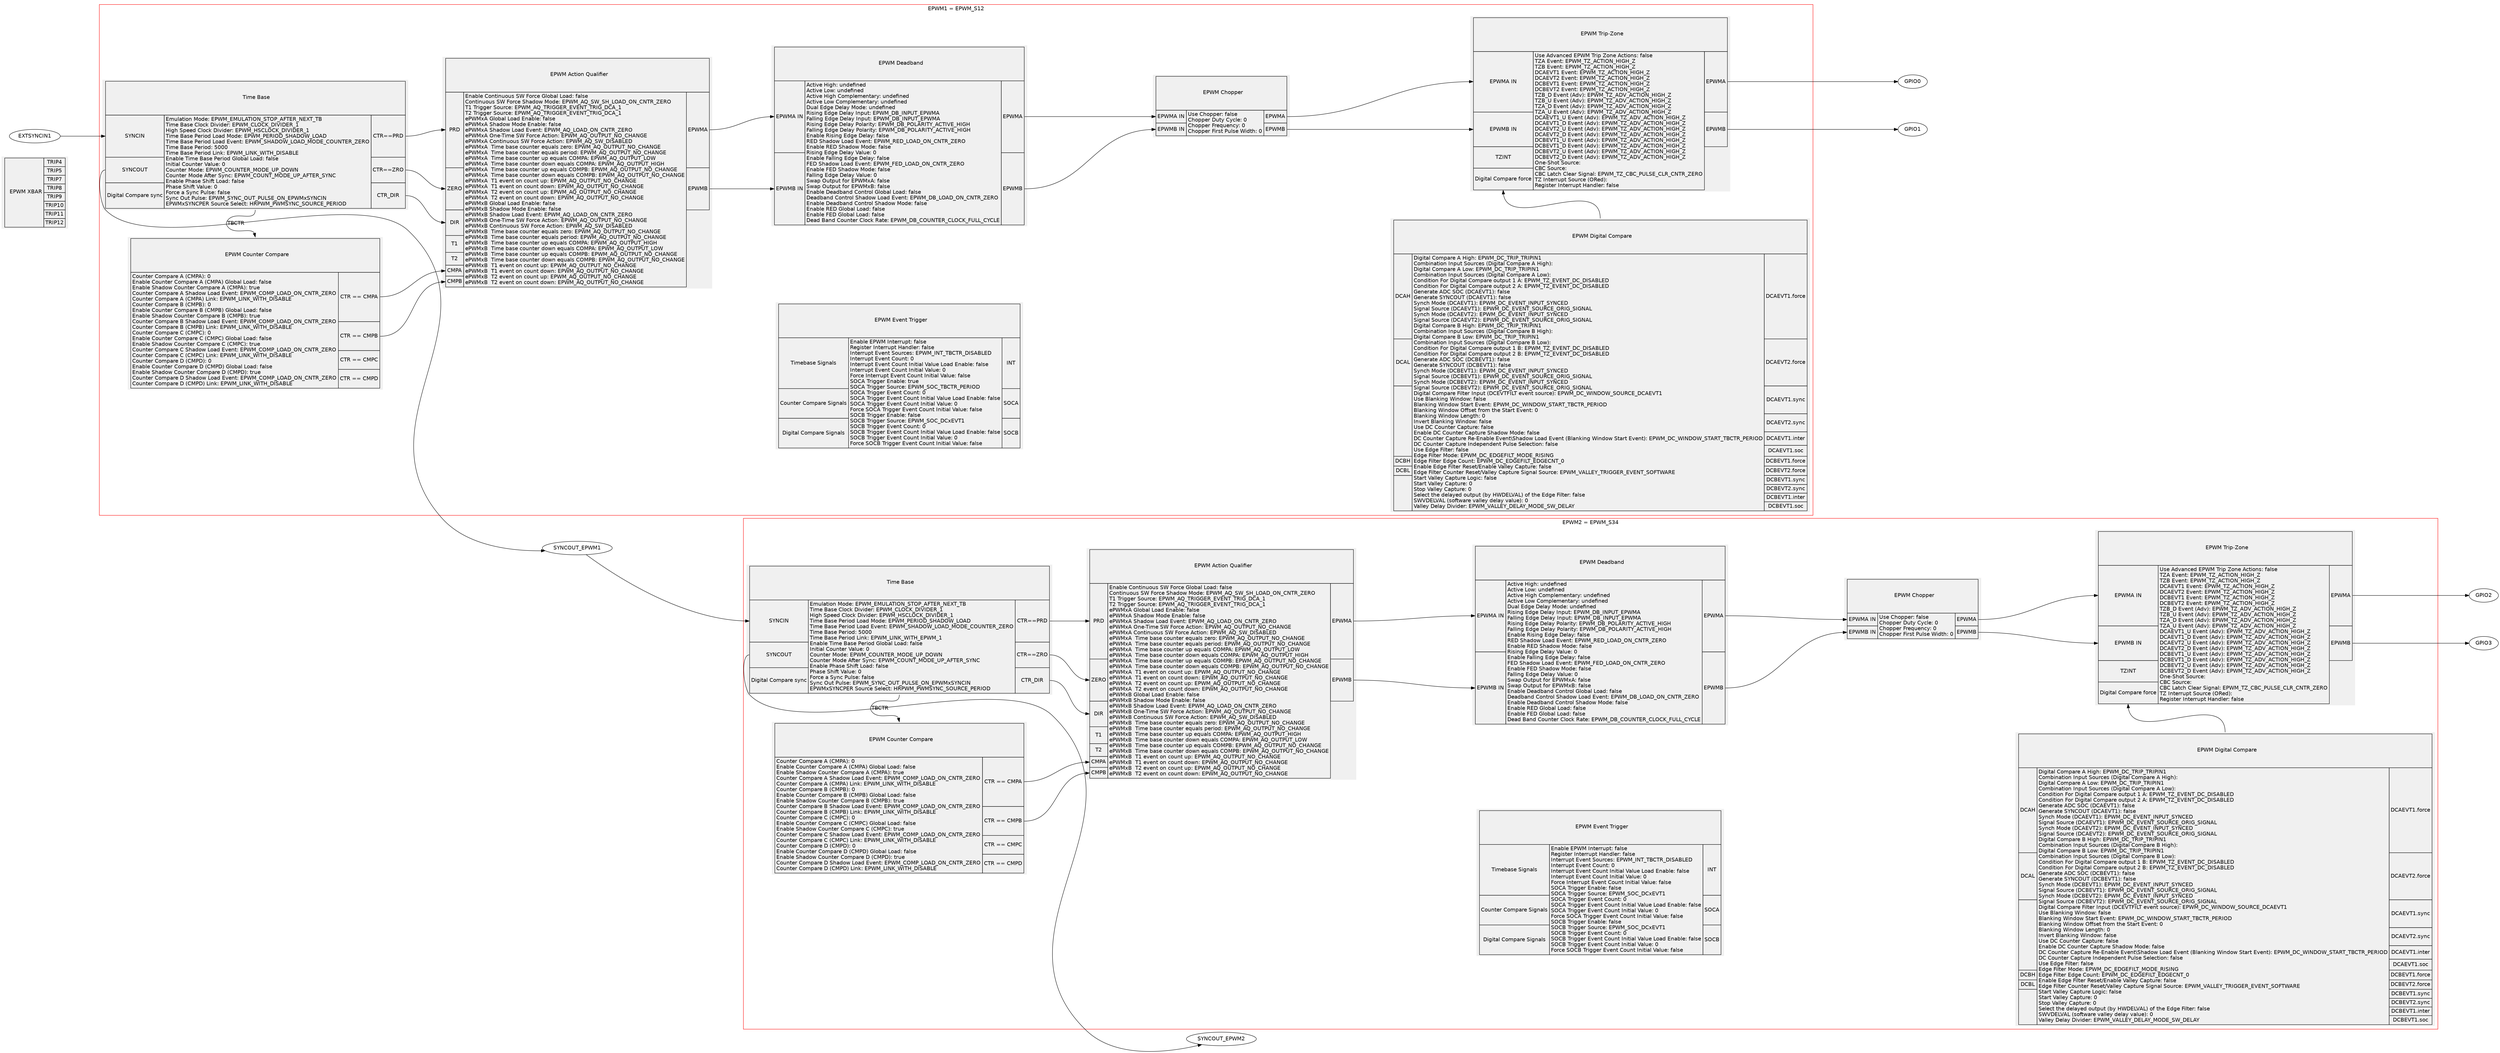
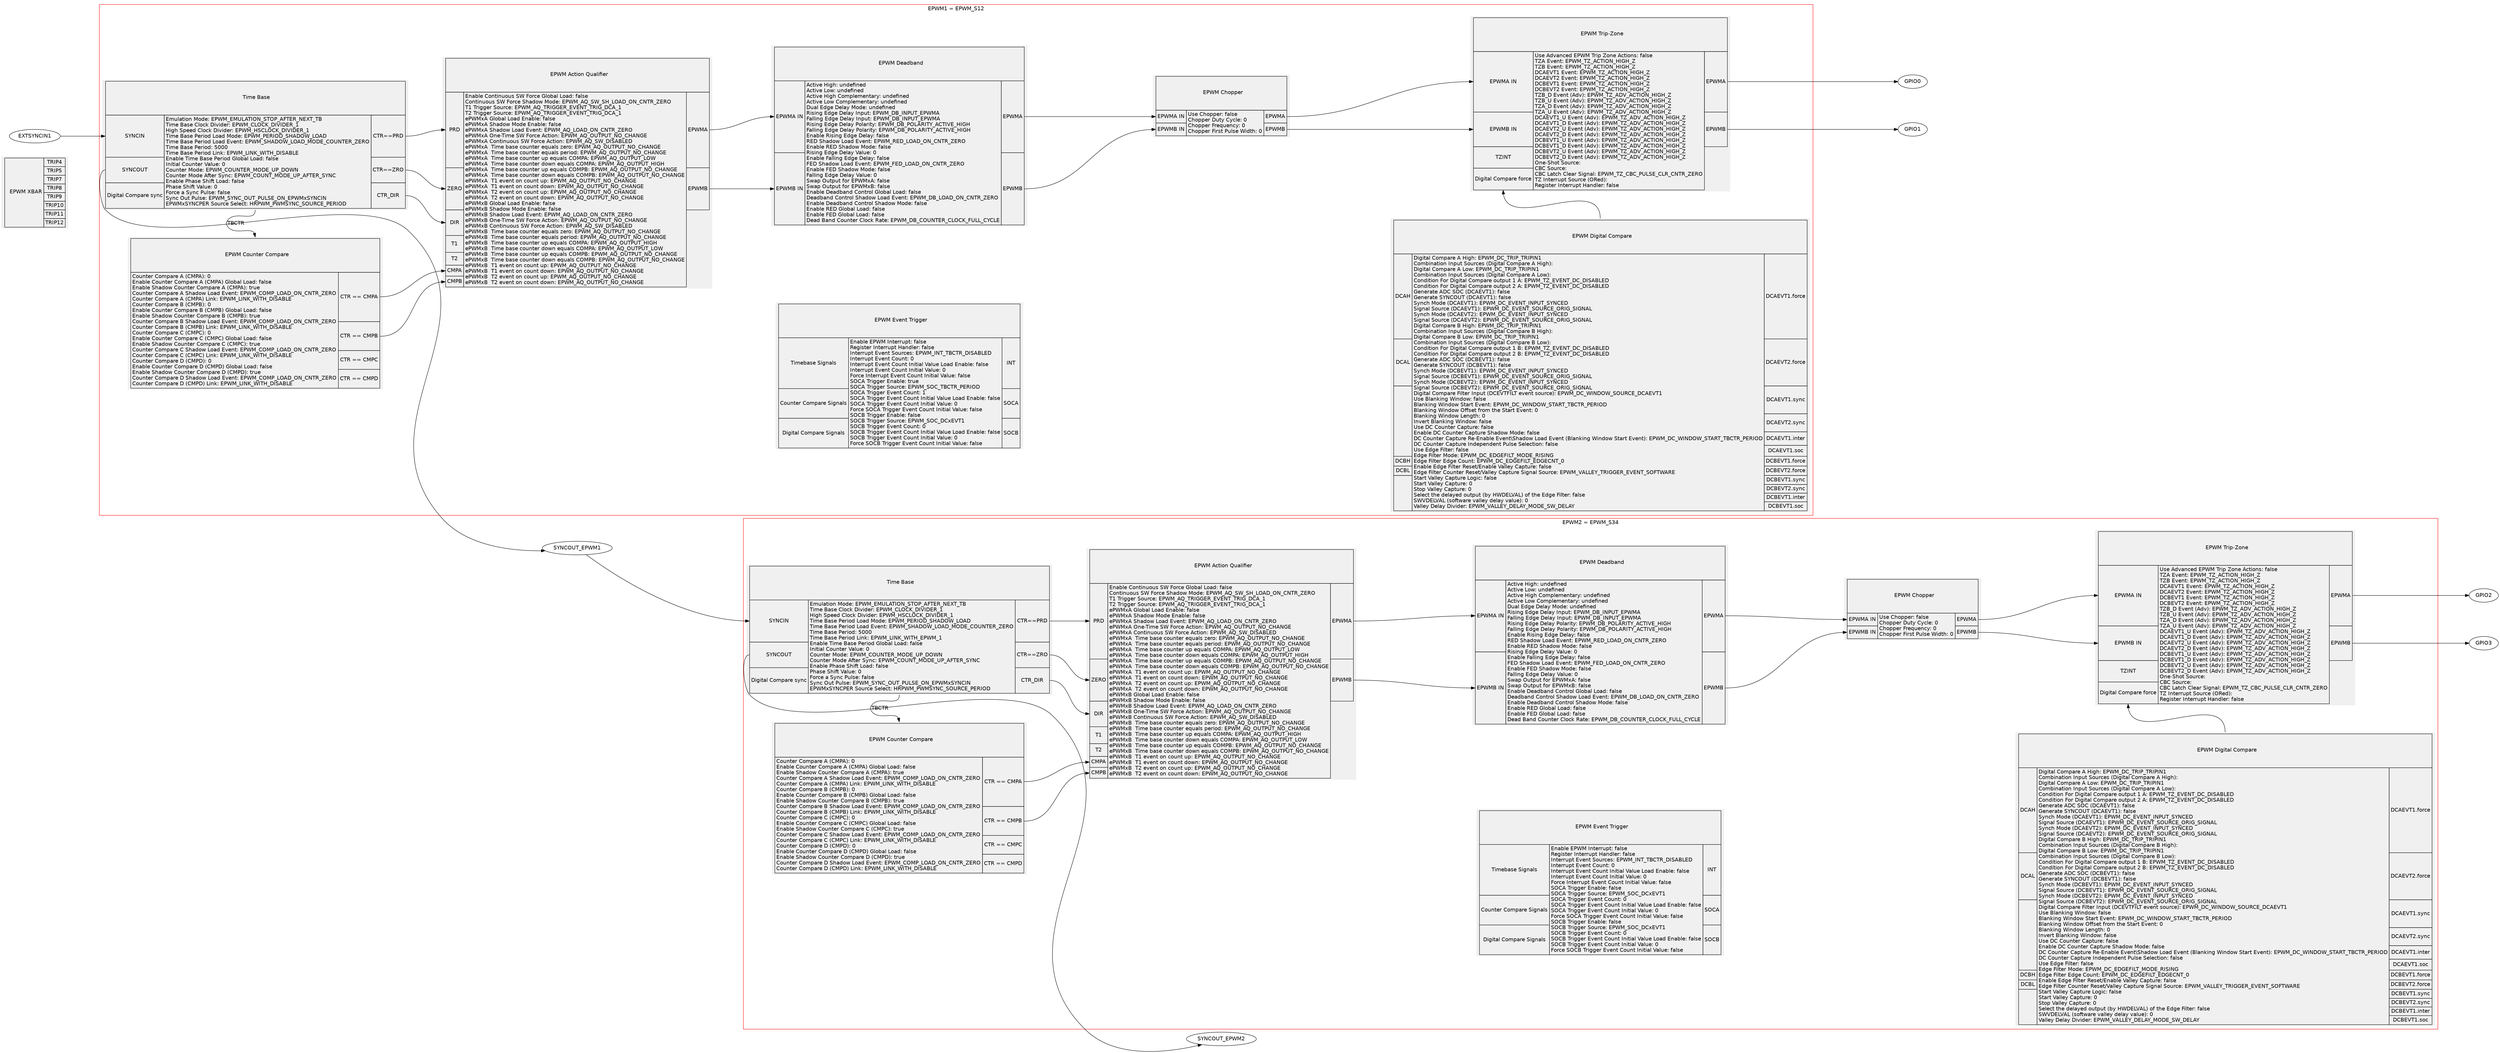
digraph {
    graph [fontname = "helvetica"];
    node  [fontname = "helvetica"];
    edge  [fontname = "helvetica"];
    graph [mclimit=50 nodesep=0.5 rankdir=LR ranksep=1.25]

    EPWMXBAR [label= <<TABLE BORDER='0' CELLBORDER='1' CELLPADDING='3' CELLSPACING='0'>
                       <TR><TD PORT='epwmxbar_title' ROWSPAN='9'><br/><br/>  EPWM XBAR<br/><br/><br/></TD></TR>
                       <TR><TD PORT='trip4'>TRIP4</TD></TR>
                       <TR><TD PORT='trip5'>TRIP5</TD></TR>
                       <TR><TD PORT='trip7'>TRIP7</TD></TR>
                       <TR><TD PORT='trip8'>TRIP8</TD></TR>
                       <TR><TD PORT='trip9'>TRIP9</TD></TR>
                       <TR><TD PORT='trip10'>TRIP10</TD></TR>
                       <TR><TD PORT='trip11'>TRIP11</TD></TR>
                       <TR><TD PORT='trip12'>TRIP12</TD></TR>
                       </TABLE>>
               color=black shape=plaintext fillcolor="#F0F0F0" style=filled]


    subgraph cluster_epwm1 {
        label = "EPWM1 = EPWM_S12";
        color=red;


        epwm1_TB [label= <<TABLE BORDER='0' CELLBORDER='1' CELLPADDING='3' CELLSPACING='0'>
                        <TR><TD PORT='' COLSPAN='3'><br/><br/>  Time Base <br/><br/><br/></TD></TR>
                        <TR><TD PORT='epwm1_syncin'>SYNCIN</TD><TD ROWSPAN='3'>Emulation Mode: EPWM_EMULATION_STOP_AFTER_NEXT_TB<br align="left" />Time Base Clock Divider: EPWM_CLOCK_DIVIDER_1<br align="left" />High Speed Clock Divider: EPWM_HSCLOCK_DIVIDER_1<br align="left" />Time Base Period Load Mode: EPWM_PERIOD_SHADOW_LOAD<br align="left" />Time Base Period Load Event: EPWM_SHADOW_LOAD_MODE_COUNTER_ZERO<br align="left" />Time Base Period: 5000<br align="left" />Time Base Period Link: EPWM_LINK_WITH_DISABLE<br align="left" />Enable Time Base Period Global Load: false<br align="left" />Initial Counter Value: 0<br align="left" />Counter Mode: EPWM_COUNTER_MODE_UP_DOWN<br align="left" />Counter Mode After Sync: EPWM_COUNT_MODE_UP_AFTER_SYNC<br align="left" />Enable Phase Shift Load: false<br align="left" />Phase Shift Value: 0<br align="left" />Force a Sync Pulse: false<br align="left" />Sync Out Pulse: EPWM_SYNC_OUT_PULSE_ON_EPWMxSYNCIN<br align="left" />EPWMxSYNCPER Source Select: HRPWM_PWMSYNC_SOURCE_PERIOD<br align="left" /></TD><TD PORT='epwm1_tb_prd'>CTR==PRD</TD></TR>
                        <TR><TD PORT='epwm1_syncout'>SYNCOUT</TD><TD COL='3' PORT='epwm1_tb_zero'>CTR==ZRO</TD></TR>
                        <TR><TD PORT=''>Digital Compare sync</TD><TD COL='3' PORT='epwm1_tb_dir'>CTR_DIR</TD></TR>
                       </TABLE>>
               color=black shape=plaintext fillcolor="#F0F0F0" style=filled]


        epwm1_DC [label= <<TABLE BORDER='0' CELLBORDER='1' CELLPADDING='3' CELLSPACING='0'>
                       <TR><TD PORT='epwm1_dc_title' COLSPAN='3'><br/><br/>  EPWM Digital Compare<br/><br/><br/></TD></TR>
                       <TR><TD PORT='epwm1_dcah'>DCAH</TD><TD ROWSPAN='12'>Digital Compare A High: EPWM_DC_TRIP_TRIPIN1<br align="left" />Combination Input Sources (Digital Compare A High): <br align="left" />Digital Compare A Low: EPWM_DC_TRIP_TRIPIN1<br align="left" />Combination Input Sources (Digital Compare A Low): <br align="left" />Condition For Digital Compare output 1 A: EPWM_TZ_EVENT_DC_DISABLED<br align="left" />Condition For Digital Compare output 2 A: EPWM_TZ_EVENT_DC_DISABLED<br align="left" />Generate ADC SOC (DCAEVT1): false<br align="left" />Generate SYNCOUT (DCAEVT1): false<br align="left" />Synch Mode (DCAEVT1): EPWM_DC_EVENT_INPUT_SYNCED<br align="left" />Signal Source (DCAEVT1): EPWM_DC_EVENT_SOURCE_ORIG_SIGNAL<br align="left" />Synch Mode (DCAEVT2): EPWM_DC_EVENT_INPUT_SYNCED<br align="left" />Signal Source (DCAEVT2): EPWM_DC_EVENT_SOURCE_ORIG_SIGNAL<br align="left" />Digital Compare B High: EPWM_DC_TRIP_TRIPIN1<br align="left" />Combination Input Sources (Digital Compare B High): <br align="left" />Digital Compare B Low: EPWM_DC_TRIP_TRIPIN1<br align="left" />Combination Input Sources (Digital Compare B Low): <br align="left" />Condition For Digital Compare output 1 B: EPWM_TZ_EVENT_DC_DISABLED<br align="left" />Condition For Digital Compare output 2 B: EPWM_TZ_EVENT_DC_DISABLED<br align="left" />Generate ADC SOC (DCBEVT1): false<br align="left" />Generate SYNCOUT (DCBEVT1): false<br align="left" />Synch Mode (DCBEVT1): EPWM_DC_EVENT_INPUT_SYNCED<br align="left" />Signal Source (DCBEVT1): EPWM_DC_EVENT_SOURCE_ORIG_SIGNAL<br align="left" />Synch Mode (DCBEVT2): EPWM_DC_EVENT_INPUT_SYNCED<br align="left" />Signal Source (DCBEVT2): EPWM_DC_EVENT_SOURCE_ORIG_SIGNAL<br align="left" />Digital Compare Filter Input (DCEVTFILT event source): EPWM_DC_WINDOW_SOURCE_DCAEVT1<br align="left" />Use Blanking Window: false<br align="left" />Blanking Window Start Event: EPWM_DC_WINDOW_START_TBCTR_PERIOD<br align="left" />Blanking Window Offset from the Start Event: 0<br align="left" />Blanking Window Length: 0<br align="left" />Invert Blanking Window: false<br align="left" />Use DC Counter Capture: false<br align="left" />Enable DC Counter Capture Shadow Mode: false<br align="left" />DC Counter Capture Re-Enable Event\Shadow Load Event (Blanking Window Start Event): EPWM_DC_WINDOW_START_TBCTR_PERIOD<br align="left" />DC Counter Capture Independent Pulse Selection: false<br align="left" />Use Edge Filter: false<br align="left" />Edge Filter Mode: EPWM_DC_EDGEFILT_MODE_RISING<br align="left" />Edge Filter Edge Count: EPWM_DC_EDGEFILT_EDGECNT_0<br align="left" />Enable Edge Filter Reset/Enable Valley Capture: false<br align="left" />Edge Filter Counter Reset/Valley Capture Signal Source: EPWM_VALLEY_TRIGGER_EVENT_SOFTWARE<br align="left" />Start Valley Capture Logic: false<br align="left" />Start Valley Capture: 0<br align="left" />Stop Valley Capture: 0<br align="left" />Select the delayed output (by HWDELVAL) of the Edge Filter: false<br align="left" />SWVDELVAL (software valley delay value): 0<br align="left" />Valley Delay Divider: EPWM_VALLEY_DELAY_MODE_SW_DELAY<br align="left" /></TD><TD COL='3' PORT='epwm1_dcaevt1frc'>DCAEVT1.force</TD></TR>
                       <TR><TD PORT='epwm1_dcal'>DCAL</TD>                                 <TD COL='3' PORT=''>DCAEVT2.force</TD></TR>
                       <TR><TD ROWSPAN='4'></TD>                                                        <TD COL='3' PORT=''>DCAEVT1.sync</TD></TR>
                       <TR>                                                                             <TD COL='3' PORT=''>DCAEVT2.sync</TD></TR>
                       <TR>                                                                             <TD COL='3' PORT=''>DCAEVT1.inter</TD></TR>
                       <TR>                                                                             <TD COL='3' PORT=''>DCAEVT1.soc</TD></TR>
                       <TR><TD PORT='epwm1_dcbh'>DCBH</TD>                                 <TD PORT='epwm1_dcbevt1frc'>DCBEVT1.force</TD></TR>
                       <TR><TD PORT='epwm1_dcbl'>DCBL</TD>                                 <TD PORT=''>DCBEVT2.force</TD></TR>
                       <TR><TD ROWSPAN='4'></TD>                                                        <TD COL='3' PORT=''>DCBEVT1.sync</TD></TR>
                       <TR>                                                                             <TD COL='3' PORT=''>DCBEVT2.sync</TD></TR>
                       <TR>                                                                             <TD COL='3' PORT=''>DCBEVT1.inter</TD></TR>
                       <TR>                                                                             <TD COL='3' PORT=''>DCBEVT1.soc</TD></TR>
                       </TABLE>>
               color=black shape=plaintext fillcolor="#F0F0F0" style=filled]


        epwm1_CC [label= <<TABLE BORDER='0' CELLBORDER='1' CELLPADDING='3' CELLSPACING='0'>
                       <TR><TD PORT='epwm1_cc_title' COLSPAN='3'><br/><br/>  EPWM Counter Compare<br/><br/><br/></TD></TR>
                       <TR><TD PORT='' COLSPAN='2' ROWSPAN='4'>Counter Compare A (CMPA): 0<br align="left" />Enable Counter Compare A (CMPA) Global Load: false<br align="left" />Enable Shadow Counter Compare A (CMPA): true<br align="left" />Counter Compare A Shadow Load Event: EPWM_COMP_LOAD_ON_CNTR_ZERO<br align="left" />Counter Compare A (CMPA) Link: EPWM_LINK_WITH_DISABLE<br align="left" />Counter Compare B (CMPB): 0<br align="left" />Enable Counter Compare B (CMPB) Global Load: false<br align="left" />Enable Shadow Counter Compare B (CMPB): true<br align="left" />Counter Compare B Shadow Load Event: EPWM_COMP_LOAD_ON_CNTR_ZERO<br align="left" />Counter Compare B (CMPB) Link: EPWM_LINK_WITH_DISABLE<br align="left" />Counter Compare C (CMPC): 0<br align="left" />Enable Counter Compare C (CMPC) Global Load: false<br align="left" />Enable Shadow Counter Compare C (CMPC): true<br align="left" />Counter Compare C Shadow Load Event: EPWM_COMP_LOAD_ON_CNTR_ZERO<br align="left" />Counter Compare C (CMPC) Link: EPWM_LINK_WITH_DISABLE<br align="left" />Counter Compare D (CMPD): 0<br align="left" />Enable Counter Compare D (CMPD) Global Load: false<br align="left" />Enable Shadow Counter Compare D (CMPD): true<br align="left" />Counter Compare D Shadow Load Event: EPWM_COMP_LOAD_ON_CNTR_ZERO<br align="left" />Counter Compare D (CMPD) Link: EPWM_LINK_WITH_DISABLE<br align="left" /></TD><TD COL='3' PORT='epwm1_cc_cmpa'>CTR == CMPA</TD></TR>
                       <TR><TD COL='3' PORT='epwm1_cc_cmpb'>CTR == CMPB</TD></TR>
                       <TR><TD COL='3' PORT='epwm1_cc_cmpc'>CTR == CMPC</TD></TR>
                       <TR><TD COL='3' PORT='epwm1_cc_cmpd'>CTR == CMPD</TD></TR>
                       </TABLE>>
               color=black shape=plaintext fillcolor="#F0F0F0" style=filled]


        epwm1_AQ [label= <<TABLE BORDER='0' CELLBORDER='1' CELLPADDING='3' CELLSPACING='0'>
                       <TR><TD PORT='epwm1_aq_title' COLSPAN='3'><br/><br/>  EPWM Action Qualifier<br/><br/><br/></TD></TR>
                       <TR><TD PORT='epwm1_aq_prd'>PRD</TD><TD PORT='' ROWSPAN='7'>Enable Continuous SW Force Global Load: false<br align="left" />Continuous SW Force Shadow Mode: EPWM_AQ_SW_SH_LOAD_ON_CNTR_ZERO<br align="left" />T1 Trigger Source: EPWM_AQ_TRIGGER_EVENT_TRIG_DCA_1<br align="left" />T2 Trigger Source: EPWM_AQ_TRIGGER_EVENT_TRIG_DCA_1<br align="left" />ePWMxA Global Load Enable: false<br align="left" />ePWMxA Shadow Mode Enable: false<br align="left" />ePWMxA Shadow Load Event: EPWM_AQ_LOAD_ON_CNTR_ZERO<br align="left" />ePWMxA One-Time SW Force Action: EPWM_AQ_OUTPUT_NO_CHANGE<br align="left" />ePWMxA Continuous SW Force Action: EPWM_AQ_SW_DISABLED<br align="left" />ePWMxA  Time base counter equals zero: EPWM_AQ_OUTPUT_NO_CHANGE<br align="left" />ePWMxA  Time base counter equals period: EPWM_AQ_OUTPUT_NO_CHANGE<br align="left" />ePWMxA  Time base counter up equals COMPA: EPWM_AQ_OUTPUT_LOW<br align="left" />ePWMxA  Time base counter down equals COMPA: EPWM_AQ_OUTPUT_HIGH<br align="left" />ePWMxA  Time base counter up equals COMPB: EPWM_AQ_OUTPUT_NO_CHANGE<br align="left" />ePWMxA  Time base counter down equals COMPB: EPWM_AQ_OUTPUT_NO_CHANGE<br align="left" />ePWMxA  T1 event on count up: EPWM_AQ_OUTPUT_NO_CHANGE<br align="left" />ePWMxA  T1 event on count down: EPWM_AQ_OUTPUT_NO_CHANGE<br align="left" />ePWMxA  T2 event on count up: EPWM_AQ_OUTPUT_NO_CHANGE<br align="left" />ePWMxA  T2 event on count down: EPWM_AQ_OUTPUT_NO_CHANGE<br align="left" />ePWMxB Global Load Enable: false<br align="left" />ePWMxB Shadow Mode Enable: false<br align="left" />ePWMxB Shadow Load Event: EPWM_AQ_LOAD_ON_CNTR_ZERO<br align="left" />ePWMxB One-Time SW Force Action: EPWM_AQ_OUTPUT_NO_CHANGE<br align="left" />ePWMxB Continuous SW Force Action: EPWM_AQ_SW_DISABLED<br align="left" />ePWMxB  Time base counter equals zero: EPWM_AQ_OUTPUT_NO_CHANGE<br align="left" />ePWMxB  Time base counter equals period: EPWM_AQ_OUTPUT_NO_CHANGE<br align="left" />ePWMxB  Time base counter up equals COMPA: EPWM_AQ_OUTPUT_HIGH<br align="left" />ePWMxB  Time base counter down equals COMPA: EPWM_AQ_OUTPUT_LOW<br align="left" />ePWMxB  Time base counter up equals COMPB: EPWM_AQ_OUTPUT_NO_CHANGE<br align="left" />ePWMxB  Time base counter down equals COMPB: EPWM_AQ_OUTPUT_NO_CHANGE<br align="left" />ePWMxB  T1 event on count up: EPWM_AQ_OUTPUT_NO_CHANGE<br align="left" />ePWMxB  T1 event on count down: EPWM_AQ_OUTPUT_NO_CHANGE<br align="left" />ePWMxB  T2 event on count up: EPWM_AQ_OUTPUT_NO_CHANGE<br align="left" />ePWMxB  T2 event on count down: EPWM_AQ_OUTPUT_NO_CHANGE<br align="left" /></TD><TD COL='3' PORT='epwm1_aq_epwma'>EPWMA</TD></TR>
                       <TR><TD PORT='epwm1_aq_zero'>ZERO</TD>                                    <TD COL='3' PORT='epwm1_aq_epwmb'>EPWMB</TD></TR>
                       <TR><TD PORT='epwm1_aq_dir'>DIR</TD>                                    </TR>
                       <TR><TD PORT='epwm1_aq_t1'>T1</TD>                                    </TR>
                       <TR><TD PORT='epwm1_aq_t2'>T2</TD>                                    </TR>
                       <TR><TD PORT='epwm1_aq_cmpa'>CMPA</TD>                                    </TR>
                       <TR><TD PORT='epwm1_aq_cmpb'>CMPB</TD>                                    </TR>
                       </TABLE>>
               color=black shape=plaintext fillcolor="#F0F0F0" style=filled]


        epwm1_DB [label= <<TABLE BORDER='0' CELLBORDER='1' CELLPADDING='3' CELLSPACING='0'>
                       <TR><TD PORT='epwm1_db_title' COLSPAN='3'><br/><br/>  EPWM Deadband<br/><br/><br/></TD></TR>
                       <TR><TD PORT='epwm1_db_epwma_in'>EPWMA IN</TD><TD PORT='' ROWSPAN='2'>Active High: undefined<br align="left" />Active Low: undefined<br align="left" />Active High Complementary: undefined<br align="left" />Active Low Complementary: undefined<br align="left" />Dual Edge Delay Mode: undefined<br align="left" />Rising Edge Delay Input: EPWM_DB_INPUT_EPWMA<br align="left" />Falling Edge Delay Input: EPWM_DB_INPUT_EPWMA<br align="left" />Rising Edge Delay Polarity: EPWM_DB_POLARITY_ACTIVE_HIGH<br align="left" />Falling Edge Delay Polarity: EPWM_DB_POLARITY_ACTIVE_HIGH<br align="left" />Enable Rising Edge Delay: false<br align="left" />RED Shadow Load Event: EPWM_RED_LOAD_ON_CNTR_ZERO<br align="left" />Enable RED Shadow Mode: false<br align="left" />Rising Edge Delay Value: 0<br align="left" />Enable Falling Edge Delay: false<br align="left" />FED Shadow Load Event: EPWM_FED_LOAD_ON_CNTR_ZERO<br align="left" />Enable FED Shadow Mode: false<br align="left" />Falling Edge Delay Value: 0<br align="left" />Swap Output for EPWMxA: false<br align="left" />Swap Output for EPWMxB: false<br align="left" />Enable Deadband Control Global Load: false<br align="left" />Deadband Control Shadow Load Event: EPWM_DB_LOAD_ON_CNTR_ZERO<br align="left" />Enable Deadband Control Shadow Mode: false<br align="left" />Enable RED Global Load: false<br align="left" />Enable FED Global Load: false<br align="left" />Dead Band Counter Clock Rate: EPWM_DB_COUNTER_CLOCK_FULL_CYCLE<br align="left" /></TD><TD COL='3' PORT='epwm1_db_epwma_out'>EPWMA</TD></TR>
                       <TR><TD PORT='epwm1_db_epwmb_in'>EPWMB IN</TD>                                    <TD COL='3' PORT='epwm1_db_epwmb_out'>EPWMB</TD></TR>
                       </TABLE>>
               color=black shape=plaintext fillcolor="#F0F0F0" style=filled]


        epwm1_PC [label= <<TABLE BORDER='0' CELLBORDER='1' CELLPADDING='3' CELLSPACING='0'>
                       <TR><TD PORT='epwm1_pc_title' COLSPAN='3'><br/><br/>  EPWM Chopper<br/><br/><br/></TD></TR>
                       <TR><TD PORT='epwm1_pc_epwma_in'>EPWMA IN</TD><TD PORT='' ROWSPAN='2'>Use Chopper: false<br align="left" />Chopper Duty Cycle: 0<br align="left" />Chopper Frequency: 0<br align="left" />Chopper First Pulse Width: 0<br align="left" /></TD><TD COL='3' PORT='epwm1_pc_epwma_out'>EPWMA</TD></TR>
                       <TR><TD PORT='epwm1_pc_epwmb_in'>EPWMB IN</TD>                                    <TD COL='3' PORT='epwm1_pc_epwmb_out'>EPWMB</TD></TR>
                       </TABLE>>
               color=black shape=plaintext fillcolor="#F0F0F0" style=filled]


        epwm1_TZ [label= <<TABLE BORDER='0' CELLBORDER='1' CELLPADDING='3' CELLSPACING='0'>
                       <TR><TD PORT='epwm1_tz_title' COLSPAN='3'><br/><br/>  EPWM Trip-Zone<br/><br/><br/></TD></TR>
                       <TR><TD PORT='epwm1_tz_epwma_in'>EPWMA IN</TD><TD PORT='' ROWSPAN='4'>Use Advanced EPWM Trip Zone Actions: false<br align="left" />TZA Event: EPWM_TZ_ACTION_HIGH_Z<br align="left" />TZB Event: EPWM_TZ_ACTION_HIGH_Z<br align="left" />DCAEVT1 Event: EPWM_TZ_ACTION_HIGH_Z<br align="left" />DCAEVT2 Event: EPWM_TZ_ACTION_HIGH_Z<br align="left" />DCBEVT1 Event: EPWM_TZ_ACTION_HIGH_Z<br align="left" />DCBEVT2 Event: EPWM_TZ_ACTION_HIGH_Z<br align="left" />TZB_D Event (Adv): EPWM_TZ_ADV_ACTION_HIGH_Z<br align="left" />TZB_U Event (Adv): EPWM_TZ_ADV_ACTION_HIGH_Z<br align="left" />TZA_D Event (Adv): EPWM_TZ_ADV_ACTION_HIGH_Z<br align="left" />TZA_U Event (Adv): EPWM_TZ_ADV_ACTION_HIGH_Z<br align="left" />DCAEVT1_U Event (Adv): EPWM_TZ_ADV_ACTION_HIGH_Z<br align="left" />DCAEVT1_D Event (Adv): EPWM_TZ_ADV_ACTION_HIGH_Z<br align="left" />DCAEVT2_U Event (Adv): EPWM_TZ_ADV_ACTION_HIGH_Z<br align="left" />DCAEVT2_D Event (Adv): EPWM_TZ_ADV_ACTION_HIGH_Z<br align="left" />DCBEVT1_U Event (Adv): EPWM_TZ_ADV_ACTION_HIGH_Z<br align="left" />DCBEVT1_D Event (Adv): EPWM_TZ_ADV_ACTION_HIGH_Z<br align="left" />DCBEVT2_U Event (Adv): EPWM_TZ_ADV_ACTION_HIGH_Z<br align="left" />DCBEVT2_D Event (Adv): EPWM_TZ_ADV_ACTION_HIGH_Z<br align="left" />One-Shot Source: <br align="left" />CBC Source: <br align="left" />CBC Latch Clear Signal: EPWM_TZ_CBC_PULSE_CLR_CNTR_ZERO<br align="left" />TZ Interrupt Source (ORed): <br align="left" />Register Interrupt Handler: false<br align="left" /></TD><TD COL='3' PORT='epwm1_tz_epwma_out'>EPWMA</TD></TR>
                       <TR><TD PORT='epwm1_tz_epwmb_in'>EPWMB IN</TD>                                    <TD COL='3' PORT='epwm1_tz_epwmb_out'>EPWMB</TD></TR>
                       <TR><TD PORT='epwm1_tz_int'>TZINT</TD>                                    </TR>
                       <TR><TD PORT='epwm1_tz_dcforce'>Digital Compare force</TD>                                    </TR>
                       </TABLE>>
               color=black shape=plaintext fillcolor="#F0F0F0" style=filled]


        epwm1_ET [label= <<TABLE BORDER='0' CELLBORDER='1' CELLPADDING='3' CELLSPACING='0'>
                       <TR><TD PORT='epwm1_et_title' COLSPAN='3'><br/><br/>  EPWM Event Trigger<br/><br/><br/></TD></TR>
-                        <TR><TD PORT='epwm1_et_tb'>Timebase Signals</TD><TD PORT='' ROWSPAN='3'>Enable EPWM Interrupt: false<br align="left" />Register Interrupt Handler: false<br align="left" />Interrupt Event Sources: EPWM_INT_TBCTR_DISABLED<br align="left" />Interrupt Event Count: 0<br align="left" />Interrupt Event Count Initial Value Load Enable: false<br align="left" />Interrupt Event Count Initial Value: 0<br align="left" />Force Interrupt Event Count Initial Value: false<br align="left" />SOCA Trigger Enable: true<br align="left" />SOCA Trigger Source: EPWM_SOC_TBCTR_PERIOD<br align="left" />SOCA Trigger Event Count: 0<br align="left" />SOCA Trigger Event Count Initial Value Load Enable: false<br align="left" />SOCA Trigger Event Count Initial Value: 0<br align="left" />Force SOCA Trigger Event Count Initial Value: false<br align="left" />SOCB Trigger Enable: false<br align="left" />SOCB Trigger Source: EPWM_SOC_DCxEVT1<br align="left" />SOCB Trigger Event Count: 0<br align="left" />SOCB Trigger Event Count Initial Value Load Enable: false<br align="left" />SOCB Trigger Event Count Initial Value: 0<br align="left" />Force SOCB Trigger Event Count Initial Value: false<br align="left" /></TD><TD COL='3' PORT='epwm1_et_int'>INT</TD></TR>
+                        <TR><TD PORT='epwm1_et_tb'>Timebase Signals</TD><TD PORT='' ROWSPAN='3'>Enable EPWM Interrupt: false<br align="left" />Register Interrupt Handler: false<br align="left" />Interrupt Event Sources: EPWM_INT_TBCTR_DISABLED<br align="left" />Interrupt Event Count: 0<br align="left" />Interrupt Event Count Initial Value Load Enable: false<br align="left" />Interrupt Event Count Initial Value: 0<br align="left" />Force Interrupt Event Count Initial Value: false<br align="left" />SOCA Trigger Enable: true<br align="left" />SOCA Trigger Source: EPWM_SOC_TBCTR_PERIOD<br align="left" />SOCA Trigger Event Count: 1<br align="left" />SOCA Trigger Event Count Initial Value Load Enable: false<br align="left" />SOCA Trigger Event Count Initial Value: 0<br align="left" />Force SOCA Trigger Event Count Initial Value: false<br align="left" />SOCB Trigger Enable: false<br align="left" />SOCB Trigger Source: EPWM_SOC_DCxEVT1<br align="left" />SOCB Trigger Event Count: 0<br align="left" />SOCB Trigger Event Count Initial Value Load Enable: false<br align="left" />SOCB Trigger Event Count Initial Value: 0<br align="left" />Force SOCB Trigger Event Count Initial Value: false<br align="left" /></TD><TD COL='3' PORT='epwm1_et_int'>INT</TD></TR>
                       <TR><TD PORT='epwm1_et_cc'>Counter Compare Signals</TD>                                    <TD COL='3' PORT='epwm1_et_soca'>SOCA</TD></TR>
                       <TR><TD PORT='epwm1_et_dc'>Digital Compare Signals</TD>                                    <TD COL='3' PORT='epwm1_et_socb'>SOCB</TD></TR>
                       </TABLE>>
               color=black shape=plaintext fillcolor="#F0F0F0" style=filled]


        {rank=same epwm1_TB; epwm1_CC};
        {rank=same epwm1_TZ; epwm1_DC};
        {rank=same epwm1_DB; epwm1_ET};
    }

    epwm1_TB:s -> epwm1_CC:n [label="TBCTR"];
    epwm1_DC:n -> epwm1_TZ:epwm1_tz_dcforce:s;


    epwm1_TB:epwm1_tb_prd:e -> epwm1_AQ:epwm1_aq_prd:w;
    epwm1_TB:epwm1_tb_zero:e -> epwm1_AQ:epwm1_aq_zero:w;
    epwm1_TB:epwm1_tb_dir:e -> epwm1_AQ:epwm1_aq_dir:w;
    epwm1_CC:epwm1_cc_cmpa:e -> epwm1_AQ:epwm1_aq_cmpa:w;
    epwm1_CC:epwm1_cc_cmpb:e -> epwm1_AQ:epwm1_aq_cmpb:w;

    epwm1_AQ:epwm1_aq_epwma:e -> epwm1_DB:epwm1_db_epwma_in:w
    epwm1_DB:epwm1_db_epwma_out:e -> epwm1_PC:epwm1_pc_epwma_in:w
    epwm1_PC:epwm1_pc_epwma_out:e -> epwm1_TZ:epwm1_tz_epwma_in:w


    epwm1_AQ:epwm1_aq_epwmb:e -> epwm1_DB:epwm1_db_epwmb_in:w
    epwm1_DB:epwm1_db_epwmb_out:e -> epwm1_PC:epwm1_pc_epwmb_in:w
    epwm1_PC:epwm1_pc_epwmb_out:e -> epwm1_TZ:epwm1_tz_epwmb_in:w


 	epwm1_TB:epwm1_syncout -> SYNCOUT_EPWM1

    epwm1_TZ:epwm1_tz_epwma_out:e -> GPIO0
    epwm1_TZ:epwm1_tz_epwmb_out:e -> GPIO1

    subgraph cluster_epwm2 {
        label = "EPWM2 = EPWM_S34";
        color=red;


        epwm2_TB [label= <<TABLE BORDER='0' CELLBORDER='1' CELLPADDING='3' CELLSPACING='0'>
                        <TR><TD PORT='' COLSPAN='3'><br/><br/>  Time Base <br/><br/><br/></TD></TR>
                        <TR><TD PORT='epwm2_syncin'>SYNCIN</TD><TD ROWSPAN='3'>Emulation Mode: EPWM_EMULATION_STOP_AFTER_NEXT_TB<br align="left" />Time Base Clock Divider: EPWM_CLOCK_DIVIDER_1<br align="left" />High Speed Clock Divider: EPWM_HSCLOCK_DIVIDER_1<br align="left" />Time Base Period Load Mode: EPWM_PERIOD_SHADOW_LOAD<br align="left" />Time Base Period Load Event: EPWM_SHADOW_LOAD_MODE_COUNTER_ZERO<br align="left" />Time Base Period: 5000<br align="left" />Time Base Period Link: EPWM_LINK_WITH_EPWM_1<br align="left" />Enable Time Base Period Global Load: false<br align="left" />Initial Counter Value: 0<br align="left" />Counter Mode: EPWM_COUNTER_MODE_UP_DOWN<br align="left" />Counter Mode After Sync: EPWM_COUNT_MODE_UP_AFTER_SYNC<br align="left" />Enable Phase Shift Load: false<br align="left" />Phase Shift Value: 0<br align="left" />Force a Sync Pulse: false<br align="left" />Sync Out Pulse: EPWM_SYNC_OUT_PULSE_ON_EPWMxSYNCIN<br align="left" />EPWMxSYNCPER Source Select: HRPWM_PWMSYNC_SOURCE_PERIOD<br align="left" /></TD><TD PORT='epwm2_tb_prd'>CTR==PRD</TD></TR>
                        <TR><TD PORT='epwm2_syncout'>SYNCOUT</TD><TD COL='3' PORT='epwm2_tb_zero'>CTR==ZRO</TD></TR>
                        <TR><TD PORT=''>Digital Compare sync</TD><TD COL='3' PORT='epwm2_tb_dir'>CTR_DIR</TD></TR>
                       </TABLE>>
               color=black shape=plaintext fillcolor="#F0F0F0" style=filled]


        epwm2_DC [label= <<TABLE BORDER='0' CELLBORDER='1' CELLPADDING='3' CELLSPACING='0'>
                       <TR><TD PORT='epwm2_dc_title' COLSPAN='3'><br/><br/>  EPWM Digital Compare<br/><br/><br/></TD></TR>
                       <TR><TD PORT='epwm2_dcah'>DCAH</TD><TD ROWSPAN='12'>Digital Compare A High: EPWM_DC_TRIP_TRIPIN1<br align="left" />Combination Input Sources (Digital Compare A High): <br align="left" />Digital Compare A Low: EPWM_DC_TRIP_TRIPIN1<br align="left" />Combination Input Sources (Digital Compare A Low): <br align="left" />Condition For Digital Compare output 1 A: EPWM_TZ_EVENT_DC_DISABLED<br align="left" />Condition For Digital Compare output 2 A: EPWM_TZ_EVENT_DC_DISABLED<br align="left" />Generate ADC SOC (DCAEVT1): false<br align="left" />Generate SYNCOUT (DCAEVT1): false<br align="left" />Synch Mode (DCAEVT1): EPWM_DC_EVENT_INPUT_SYNCED<br align="left" />Signal Source (DCAEVT1): EPWM_DC_EVENT_SOURCE_ORIG_SIGNAL<br align="left" />Synch Mode (DCAEVT2): EPWM_DC_EVENT_INPUT_SYNCED<br align="left" />Signal Source (DCAEVT2): EPWM_DC_EVENT_SOURCE_ORIG_SIGNAL<br align="left" />Digital Compare B High: EPWM_DC_TRIP_TRIPIN1<br align="left" />Combination Input Sources (Digital Compare B High): <br align="left" />Digital Compare B Low: EPWM_DC_TRIP_TRIPIN1<br align="left" />Combination Input Sources (Digital Compare B Low): <br align="left" />Condition For Digital Compare output 1 B: EPWM_TZ_EVENT_DC_DISABLED<br align="left" />Condition For Digital Compare output 2 B: EPWM_TZ_EVENT_DC_DISABLED<br align="left" />Generate ADC SOC (DCBEVT1): false<br align="left" />Generate SYNCOUT (DCBEVT1): false<br align="left" />Synch Mode (DCBEVT1): EPWM_DC_EVENT_INPUT_SYNCED<br align="left" />Signal Source (DCBEVT1): EPWM_DC_EVENT_SOURCE_ORIG_SIGNAL<br align="left" />Synch Mode (DCBEVT2): EPWM_DC_EVENT_INPUT_SYNCED<br align="left" />Signal Source (DCBEVT2): EPWM_DC_EVENT_SOURCE_ORIG_SIGNAL<br align="left" />Digital Compare Filter Input (DCEVTFILT event source): EPWM_DC_WINDOW_SOURCE_DCAEVT1<br align="left" />Use Blanking Window: false<br align="left" />Blanking Window Start Event: EPWM_DC_WINDOW_START_TBCTR_PERIOD<br align="left" />Blanking Window Offset from the Start Event: 0<br align="left" />Blanking Window Length: 0<br align="left" />Invert Blanking Window: false<br align="left" />Use DC Counter Capture: false<br align="left" />Enable DC Counter Capture Shadow Mode: false<br align="left" />DC Counter Capture Re-Enable Event\Shadow Load Event (Blanking Window Start Event): EPWM_DC_WINDOW_START_TBCTR_PERIOD<br align="left" />DC Counter Capture Independent Pulse Selection: false<br align="left" />Use Edge Filter: false<br align="left" />Edge Filter Mode: EPWM_DC_EDGEFILT_MODE_RISING<br align="left" />Edge Filter Edge Count: EPWM_DC_EDGEFILT_EDGECNT_0<br align="left" />Enable Edge Filter Reset/Enable Valley Capture: false<br align="left" />Edge Filter Counter Reset/Valley Capture Signal Source: EPWM_VALLEY_TRIGGER_EVENT_SOFTWARE<br align="left" />Start Valley Capture Logic: false<br align="left" />Start Valley Capture: 0<br align="left" />Stop Valley Capture: 0<br align="left" />Select the delayed output (by HWDELVAL) of the Edge Filter: false<br align="left" />SWVDELVAL (software valley delay value): 0<br align="left" />Valley Delay Divider: EPWM_VALLEY_DELAY_MODE_SW_DELAY<br align="left" /></TD><TD COL='3' PORT='epwm2_dcaevt1frc'>DCAEVT1.force</TD></TR>
                       <TR><TD PORT='epwm2_dcal'>DCAL</TD>                                 <TD COL='3' PORT=''>DCAEVT2.force</TD></TR>
                       <TR><TD ROWSPAN='4'></TD>                                                        <TD COL='3' PORT=''>DCAEVT1.sync</TD></TR>
                       <TR>                                                                             <TD COL='3' PORT=''>DCAEVT2.sync</TD></TR>
                       <TR>                                                                             <TD COL='3' PORT=''>DCAEVT1.inter</TD></TR>
                       <TR>                                                                             <TD COL='3' PORT=''>DCAEVT1.soc</TD></TR>
                       <TR><TD PORT='epwm2_dcbh'>DCBH</TD>                                 <TD PORT='epwm2_dcbevt1frc'>DCBEVT1.force</TD></TR>
                       <TR><TD PORT='epwm2_dcbl'>DCBL</TD>                                 <TD PORT=''>DCBEVT2.force</TD></TR>
                       <TR><TD ROWSPAN='4'></TD>                                                        <TD COL='3' PORT=''>DCBEVT1.sync</TD></TR>
                       <TR>                                                                             <TD COL='3' PORT=''>DCBEVT2.sync</TD></TR>
                       <TR>                                                                             <TD COL='3' PORT=''>DCBEVT1.inter</TD></TR>
                       <TR>                                                                             <TD COL='3' PORT=''>DCBEVT1.soc</TD></TR>
                       </TABLE>>
               color=black shape=plaintext fillcolor="#F0F0F0" style=filled]


        epwm2_CC [label= <<TABLE BORDER='0' CELLBORDER='1' CELLPADDING='3' CELLSPACING='0'>
                       <TR><TD PORT='epwm2_cc_title' COLSPAN='3'><br/><br/>  EPWM Counter Compare<br/><br/><br/></TD></TR>
                       <TR><TD PORT='' COLSPAN='2' ROWSPAN='4'>Counter Compare A (CMPA): 0<br align="left" />Enable Counter Compare A (CMPA) Global Load: false<br align="left" />Enable Shadow Counter Compare A (CMPA): true<br align="left" />Counter Compare A Shadow Load Event: EPWM_COMP_LOAD_ON_CNTR_ZERO<br align="left" />Counter Compare A (CMPA) Link: EPWM_LINK_WITH_DISABLE<br align="left" />Counter Compare B (CMPB): 0<br align="left" />Enable Counter Compare B (CMPB) Global Load: false<br align="left" />Enable Shadow Counter Compare B (CMPB): true<br align="left" />Counter Compare B Shadow Load Event: EPWM_COMP_LOAD_ON_CNTR_ZERO<br align="left" />Counter Compare B (CMPB) Link: EPWM_LINK_WITH_DISABLE<br align="left" />Counter Compare C (CMPC): 0<br align="left" />Enable Counter Compare C (CMPC) Global Load: false<br align="left" />Enable Shadow Counter Compare C (CMPC): true<br align="left" />Counter Compare C Shadow Load Event: EPWM_COMP_LOAD_ON_CNTR_ZERO<br align="left" />Counter Compare C (CMPC) Link: EPWM_LINK_WITH_DISABLE<br align="left" />Counter Compare D (CMPD): 0<br align="left" />Enable Counter Compare D (CMPD) Global Load: false<br align="left" />Enable Shadow Counter Compare D (CMPD): true<br align="left" />Counter Compare D Shadow Load Event: EPWM_COMP_LOAD_ON_CNTR_ZERO<br align="left" />Counter Compare D (CMPD) Link: EPWM_LINK_WITH_DISABLE<br align="left" /></TD><TD COL='3' PORT='epwm2_cc_cmpa'>CTR == CMPA</TD></TR>
                       <TR><TD COL='3' PORT='epwm2_cc_cmpb'>CTR == CMPB</TD></TR>
                       <TR><TD COL='3' PORT='epwm2_cc_cmpc'>CTR == CMPC</TD></TR>
                       <TR><TD COL='3' PORT='epwm2_cc_cmpd'>CTR == CMPD</TD></TR>
                       </TABLE>>
               color=black shape=plaintext fillcolor="#F0F0F0" style=filled]


        epwm2_AQ [label= <<TABLE BORDER='0' CELLBORDER='1' CELLPADDING='3' CELLSPACING='0'>
                       <TR><TD PORT='epwm2_aq_title' COLSPAN='3'><br/><br/>  EPWM Action Qualifier<br/><br/><br/></TD></TR>
                       <TR><TD PORT='epwm2_aq_prd'>PRD</TD><TD PORT='' ROWSPAN='7'>Enable Continuous SW Force Global Load: false<br align="left" />Continuous SW Force Shadow Mode: EPWM_AQ_SW_SH_LOAD_ON_CNTR_ZERO<br align="left" />T1 Trigger Source: EPWM_AQ_TRIGGER_EVENT_TRIG_DCA_1<br align="left" />T2 Trigger Source: EPWM_AQ_TRIGGER_EVENT_TRIG_DCA_1<br align="left" />ePWMxA Global Load Enable: false<br align="left" />ePWMxA Shadow Mode Enable: false<br align="left" />ePWMxA Shadow Load Event: EPWM_AQ_LOAD_ON_CNTR_ZERO<br align="left" />ePWMxA One-Time SW Force Action: EPWM_AQ_OUTPUT_NO_CHANGE<br align="left" />ePWMxA Continuous SW Force Action: EPWM_AQ_SW_DISABLED<br align="left" />ePWMxA  Time base counter equals zero: EPWM_AQ_OUTPUT_NO_CHANGE<br align="left" />ePWMxA  Time base counter equals period: EPWM_AQ_OUTPUT_NO_CHANGE<br align="left" />ePWMxA  Time base counter up equals COMPA: EPWM_AQ_OUTPUT_LOW<br align="left" />ePWMxA  Time base counter down equals COMPA: EPWM_AQ_OUTPUT_HIGH<br align="left" />ePWMxA  Time base counter up equals COMPB: EPWM_AQ_OUTPUT_NO_CHANGE<br align="left" />ePWMxA  Time base counter down equals COMPB: EPWM_AQ_OUTPUT_NO_CHANGE<br align="left" />ePWMxA  T1 event on count up: EPWM_AQ_OUTPUT_NO_CHANGE<br align="left" />ePWMxA  T1 event on count down: EPWM_AQ_OUTPUT_NO_CHANGE<br align="left" />ePWMxA  T2 event on count up: EPWM_AQ_OUTPUT_NO_CHANGE<br align="left" />ePWMxA  T2 event on count down: EPWM_AQ_OUTPUT_NO_CHANGE<br align="left" />ePWMxB Global Load Enable: false<br align="left" />ePWMxB Shadow Mode Enable: false<br align="left" />ePWMxB Shadow Load Event: EPWM_AQ_LOAD_ON_CNTR_ZERO<br align="left" />ePWMxB One-Time SW Force Action: EPWM_AQ_OUTPUT_NO_CHANGE<br align="left" />ePWMxB Continuous SW Force Action: EPWM_AQ_SW_DISABLED<br align="left" />ePWMxB  Time base counter equals zero: EPWM_AQ_OUTPUT_NO_CHANGE<br align="left" />ePWMxB  Time base counter equals period: EPWM_AQ_OUTPUT_NO_CHANGE<br align="left" />ePWMxB  Time base counter up equals COMPA: EPWM_AQ_OUTPUT_HIGH<br align="left" />ePWMxB  Time base counter down equals COMPA: EPWM_AQ_OUTPUT_LOW<br align="left" />ePWMxB  Time base counter up equals COMPB: EPWM_AQ_OUTPUT_NO_CHANGE<br align="left" />ePWMxB  Time base counter down equals COMPB: EPWM_AQ_OUTPUT_NO_CHANGE<br align="left" />ePWMxB  T1 event on count up: EPWM_AQ_OUTPUT_NO_CHANGE<br align="left" />ePWMxB  T1 event on count down: EPWM_AQ_OUTPUT_NO_CHANGE<br align="left" />ePWMxB  T2 event on count up: EPWM_AQ_OUTPUT_NO_CHANGE<br align="left" />ePWMxB  T2 event on count down: EPWM_AQ_OUTPUT_NO_CHANGE<br align="left" /></TD><TD COL='3' PORT='epwm2_aq_epwma'>EPWMA</TD></TR>
                       <TR><TD PORT='epwm2_aq_zero'>ZERO</TD>                                    <TD COL='3' PORT='epwm2_aq_epwmb'>EPWMB</TD></TR>
                       <TR><TD PORT='epwm2_aq_dir'>DIR</TD>                                    </TR>
                       <TR><TD PORT='epwm2_aq_t1'>T1</TD>                                    </TR>
                       <TR><TD PORT='epwm2_aq_t2'>T2</TD>                                    </TR>
                       <TR><TD PORT='epwm2_aq_cmpa'>CMPA</TD>                                    </TR>
                       <TR><TD PORT='epwm2_aq_cmpb'>CMPB</TD>                                    </TR>
                       </TABLE>>
               color=black shape=plaintext fillcolor="#F0F0F0" style=filled]


        epwm2_DB [label= <<TABLE BORDER='0' CELLBORDER='1' CELLPADDING='3' CELLSPACING='0'>
                       <TR><TD PORT='epwm2_db_title' COLSPAN='3'><br/><br/>  EPWM Deadband<br/><br/><br/></TD></TR>
                       <TR><TD PORT='epwm2_db_epwma_in'>EPWMA IN</TD><TD PORT='' ROWSPAN='2'>Active High: undefined<br align="left" />Active Low: undefined<br align="left" />Active High Complementary: undefined<br align="left" />Active Low Complementary: undefined<br align="left" />Dual Edge Delay Mode: undefined<br align="left" />Rising Edge Delay Input: EPWM_DB_INPUT_EPWMA<br align="left" />Falling Edge Delay Input: EPWM_DB_INPUT_EPWMA<br align="left" />Rising Edge Delay Polarity: EPWM_DB_POLARITY_ACTIVE_HIGH<br align="left" />Falling Edge Delay Polarity: EPWM_DB_POLARITY_ACTIVE_HIGH<br align="left" />Enable Rising Edge Delay: false<br align="left" />RED Shadow Load Event: EPWM_RED_LOAD_ON_CNTR_ZERO<br align="left" />Enable RED Shadow Mode: false<br align="left" />Rising Edge Delay Value: 0<br align="left" />Enable Falling Edge Delay: false<br align="left" />FED Shadow Load Event: EPWM_FED_LOAD_ON_CNTR_ZERO<br align="left" />Enable FED Shadow Mode: false<br align="left" />Falling Edge Delay Value: 0<br align="left" />Swap Output for EPWMxA: false<br align="left" />Swap Output for EPWMxB: false<br align="left" />Enable Deadband Control Global Load: false<br align="left" />Deadband Control Shadow Load Event: EPWM_DB_LOAD_ON_CNTR_ZERO<br align="left" />Enable Deadband Control Shadow Mode: false<br align="left" />Enable RED Global Load: false<br align="left" />Enable FED Global Load: false<br align="left" />Dead Band Counter Clock Rate: EPWM_DB_COUNTER_CLOCK_FULL_CYCLE<br align="left" /></TD><TD COL='3' PORT='epwm2_db_epwma_out'>EPWMA</TD></TR>
                       <TR><TD PORT='epwm2_db_epwmb_in'>EPWMB IN</TD>                                    <TD COL='3' PORT='epwm2_db_epwmb_out'>EPWMB</TD></TR>
                       </TABLE>>
               color=black shape=plaintext fillcolor="#F0F0F0" style=filled]


        epwm2_PC [label= <<TABLE BORDER='0' CELLBORDER='1' CELLPADDING='3' CELLSPACING='0'>
                       <TR><TD PORT='epwm2_pc_title' COLSPAN='3'><br/><br/>  EPWM Chopper<br/><br/><br/></TD></TR>
                       <TR><TD PORT='epwm2_pc_epwma_in'>EPWMA IN</TD><TD PORT='' ROWSPAN='2'>Use Chopper: false<br align="left" />Chopper Duty Cycle: 0<br align="left" />Chopper Frequency: 0<br align="left" />Chopper First Pulse Width: 0<br align="left" /></TD><TD COL='3' PORT='epwm2_pc_epwma_out'>EPWMA</TD></TR>
                       <TR><TD PORT='epwm2_pc_epwmb_in'>EPWMB IN</TD>                                    <TD COL='3' PORT='epwm2_pc_epwmb_out'>EPWMB</TD></TR>
                       </TABLE>>
               color=black shape=plaintext fillcolor="#F0F0F0" style=filled]


        epwm2_TZ [label= <<TABLE BORDER='0' CELLBORDER='1' CELLPADDING='3' CELLSPACING='0'>
                       <TR><TD PORT='epwm2_tz_title' COLSPAN='3'><br/><br/>  EPWM Trip-Zone<br/><br/><br/></TD></TR>
                       <TR><TD PORT='epwm2_tz_epwma_in'>EPWMA IN</TD><TD PORT='' ROWSPAN='4'>Use Advanced EPWM Trip Zone Actions: false<br align="left" />TZA Event: EPWM_TZ_ACTION_HIGH_Z<br align="left" />TZB Event: EPWM_TZ_ACTION_HIGH_Z<br align="left" />DCAEVT1 Event: EPWM_TZ_ACTION_HIGH_Z<br align="left" />DCAEVT2 Event: EPWM_TZ_ACTION_HIGH_Z<br align="left" />DCBEVT1 Event: EPWM_TZ_ACTION_HIGH_Z<br align="left" />DCBEVT2 Event: EPWM_TZ_ACTION_HIGH_Z<br align="left" />TZB_D Event (Adv): EPWM_TZ_ADV_ACTION_HIGH_Z<br align="left" />TZB_U Event (Adv): EPWM_TZ_ADV_ACTION_HIGH_Z<br align="left" />TZA_D Event (Adv): EPWM_TZ_ADV_ACTION_HIGH_Z<br align="left" />TZA_U Event (Adv): EPWM_TZ_ADV_ACTION_HIGH_Z<br align="left" />DCAEVT1_U Event (Adv): EPWM_TZ_ADV_ACTION_HIGH_Z<br align="left" />DCAEVT1_D Event (Adv): EPWM_TZ_ADV_ACTION_HIGH_Z<br align="left" />DCAEVT2_U Event (Adv): EPWM_TZ_ADV_ACTION_HIGH_Z<br align="left" />DCAEVT2_D Event (Adv): EPWM_TZ_ADV_ACTION_HIGH_Z<br align="left" />DCBEVT1_U Event (Adv): EPWM_TZ_ADV_ACTION_HIGH_Z<br align="left" />DCBEVT1_D Event (Adv): EPWM_TZ_ADV_ACTION_HIGH_Z<br align="left" />DCBEVT2_U Event (Adv): EPWM_TZ_ADV_ACTION_HIGH_Z<br align="left" />DCBEVT2_D Event (Adv): EPWM_TZ_ADV_ACTION_HIGH_Z<br align="left" />One-Shot Source: <br align="left" />CBC Source: <br align="left" />CBC Latch Clear Signal: EPWM_TZ_CBC_PULSE_CLR_CNTR_ZERO<br align="left" />TZ Interrupt Source (ORed): <br align="left" />Register Interrupt Handler: false<br align="left" /></TD><TD COL='3' PORT='epwm2_tz_epwma_out'>EPWMA</TD></TR>
                       <TR><TD PORT='epwm2_tz_epwmb_in'>EPWMB IN</TD>                                    <TD COL='3' PORT='epwm2_tz_epwmb_out'>EPWMB</TD></TR>
                       <TR><TD PORT='epwm2_tz_int'>TZINT</TD>                                    </TR>
                       <TR><TD PORT='epwm2_tz_dcforce'>Digital Compare force</TD>                                    </TR>
                       </TABLE>>
               color=black shape=plaintext fillcolor="#F0F0F0" style=filled]


        epwm2_ET [label= <<TABLE BORDER='0' CELLBORDER='1' CELLPADDING='3' CELLSPACING='0'>
                       <TR><TD PORT='epwm2_et_title' COLSPAN='3'><br/><br/>  EPWM Event Trigger<br/><br/><br/></TD></TR>
                       <TR><TD PORT='epwm2_et_tb'>Timebase Signals</TD><TD PORT='' ROWSPAN='3'>Enable EPWM Interrupt: false<br align="left" />Register Interrupt Handler: false<br align="left" />Interrupt Event Sources: EPWM_INT_TBCTR_DISABLED<br align="left" />Interrupt Event Count: 0<br align="left" />Interrupt Event Count Initial Value Load Enable: false<br align="left" />Interrupt Event Count Initial Value: 0<br align="left" />Force Interrupt Event Count Initial Value: false<br align="left" />SOCA Trigger Enable: false<br align="left" />SOCA Trigger Source: EPWM_SOC_DCxEVT1<br align="left" />SOCA Trigger Event Count: 0<br align="left" />SOCA Trigger Event Count Initial Value Load Enable: false<br align="left" />SOCA Trigger Event Count Initial Value: 0<br align="left" />Force SOCA Trigger Event Count Initial Value: false<br align="left" />SOCB Trigger Enable: false<br align="left" />SOCB Trigger Source: EPWM_SOC_DCxEVT1<br align="left" />SOCB Trigger Event Count: 0<br align="left" />SOCB Trigger Event Count Initial Value Load Enable: false<br align="left" />SOCB Trigger Event Count Initial Value: 0<br align="left" />Force SOCB Trigger Event Count Initial Value: false<br align="left" /></TD><TD COL='3' PORT='epwm2_et_int'>INT</TD></TR>
                       <TR><TD PORT='epwm2_et_cc'>Counter Compare Signals</TD>                                    <TD COL='3' PORT='epwm2_et_soca'>SOCA</TD></TR>
                       <TR><TD PORT='epwm2_et_dc'>Digital Compare Signals</TD>                                    <TD COL='3' PORT='epwm2_et_socb'>SOCB</TD></TR>
                       </TABLE>>
               color=black shape=plaintext fillcolor="#F0F0F0" style=filled]


        {rank=same epwm2_TB; epwm2_CC};
        {rank=same epwm2_TZ; epwm2_DC};
        {rank=same epwm2_DB; epwm2_ET};
    }

    epwm2_TB:s -> epwm2_CC:n [label="TBCTR"];
    epwm2_DC:n -> epwm2_TZ:epwm2_tz_dcforce:s;


    epwm2_TB:epwm2_tb_prd:e -> epwm2_AQ:epwm2_aq_prd:w;
    epwm2_TB:epwm2_tb_zero:e -> epwm2_AQ:epwm2_aq_zero:w;
    epwm2_TB:epwm2_tb_dir:e -> epwm2_AQ:epwm2_aq_dir:w;
    epwm2_CC:epwm2_cc_cmpa:e -> epwm2_AQ:epwm2_aq_cmpa:w;
    epwm2_CC:epwm2_cc_cmpb:e -> epwm2_AQ:epwm2_aq_cmpb:w;

    epwm2_AQ:epwm2_aq_epwma:e -> epwm2_DB:epwm2_db_epwma_in:w
    epwm2_DB:epwm2_db_epwma_out:e -> epwm2_PC:epwm2_pc_epwma_in:w
    epwm2_PC:epwm2_pc_epwma_out:e -> epwm2_TZ:epwm2_tz_epwma_in:w


    epwm2_AQ:epwm2_aq_epwmb:e -> epwm2_DB:epwm2_db_epwmb_in:w
    epwm2_DB:epwm2_db_epwmb_out:e -> epwm2_PC:epwm2_pc_epwmb_in:w
    epwm2_PC:epwm2_pc_epwmb_out:e -> epwm2_TZ:epwm2_tz_epwmb_in:w


 	epwm2_TB:epwm2_syncout -> SYNCOUT_EPWM2

    epwm2_TZ:epwm2_tz_epwma_out:e -> GPIO2
    epwm2_TZ:epwm2_tz_epwmb_out:e -> GPIO3


    EXTSYNCIN1 -> epwm1_TB:epwm1_syncin
    SYNCOUT_EPWM1 -> epwm2_TB:epwm2_syncin


}
